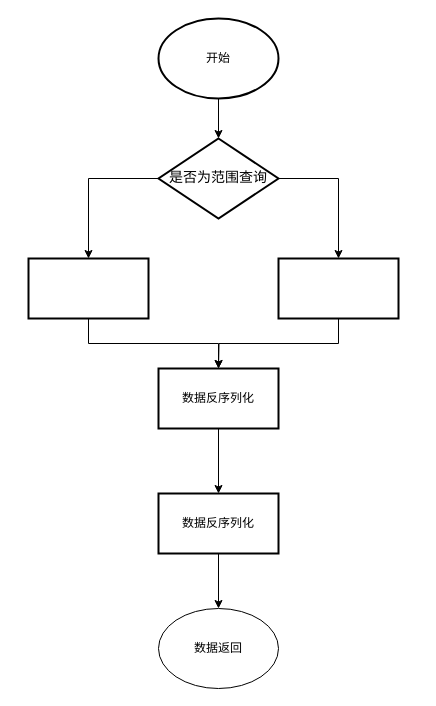
The draw.io diagram graduate/查询流程.drawio in Paulzzzhang/drawio, before the edit. Source tidied: cells renumbered, new cells numbered last; positions are measured from the earlier drawing's top-left corner, leaving out a move shared by most shapes. Both pictures are drawn from the tidied source at 100%, with x=0, y=0 at pixel (28, 18).
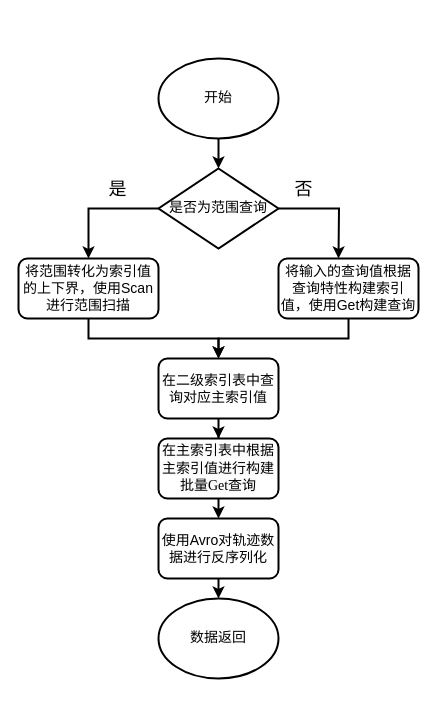
The same diagram, later.

Commit message:
更新查询流程.drawio

What changed in the source:
```diff
@@
-    <mxCell id="2" style="edgeStyle=orthogonalEdgeStyle;rounded=0;jettySize=auto;html=1;exitX=0.5;exitY=1;exitDx=0;exitDy=0;" parent="1" edge="1" source="3" target="10">
+    <mxCell id="2" style="edgeStyle=orthogonalEdgeStyle;rounded=0;jettySize=auto;html=1;exitX=0.5;exitY=1;exitDx=0;exitDy=0;fontSize=14;strokeWidth=2;" parent="1" edge="1" source="3" target="10">
       <mxGeometry relative="1" as="geometry" />
     </mxCell>
-    <mxCell id="3" value="开始" style="ellipse;whiteSpace=wrap;html=1;strokeWidth=2;fontFamily=Times New Roman;" parent="1" vertex="1">
-      <mxGeometry x="130" width="120" height="80" as="geometry" />
+    <mxCell id="3" value="开始" style="ellipse;whiteSpace=wrap;html=1;strokeWidth=2;fontFamily=Times New Roman;fontSize=14;" parent="1" vertex="1">
+      <mxGeometry x="130" y="40" width="120" height="80" as="geometry" />
     </mxCell>
-    <mxCell id="4" style="edgeStyle=orthogonalEdgeStyle;rounded=0;jettySize=auto;html=1;exitX=0.5;exitY=1;exitDx=0;exitDy=0;entryX=0.5;entryY=0;entryDx=0;entryDy=0;" parent="1" edge="1" source="5" target="15">
-      <mxGeometry relative="1" as="geometry" />
-    </mxCell>
-    <mxCell id="5" style="rounded=0;whiteSpace=wrap;html=1;strokeWidth=2;" parent="1" vertex="1">
-      <mxGeometry y="240" width="120" height="60" as="geometry" />
-    </mxCell>
-    <mxCell id="6" style="edgeStyle=orthogonalEdgeStyle;rounded=0;jettySize=auto;html=1;exitX=0.5;exitY=1;exitDx=0;exitDy=0;" parent="1" edge="1" source="7">
-      <mxGeometry relative="1" as="geometry">
-        <mxPoint x="190" y="350" as="targetPoint" />
-      </mxGeometry>
-    </mxCell>
-    <mxCell id="7" style="rounded=0;whiteSpace=wrap;html=1;strokeWidth=2;" parent="1" vertex="1">
-      <mxGeometry x="250" y="240" width="120" height="60" as="geometry" />
-    </mxCell>
-    <mxCell id="8" style="edgeStyle=orthogonalEdgeStyle;rounded=0;jettySize=auto;html=1;exitX=0;exitY=0.5;exitDx=0;exitDy=0;entryX=0.5;entryY=0;entryDx=0;entryDy=0;" parent="1" edge="1" source="10" target="5">
+    <mxCell id="8" style="edgeStyle=orthogonalEdgeStyle;rounded=0;jettySize=auto;html=1;exitX=0;exitY=0.5;exitDx=0;exitDy=0;entryX=0.5;entryY=0;entryDx=0;entryDy=0;fontSize=14;strokeWidth=2;" parent="1" edge="1" source="10" target="21">
       <mxGeometry relative="1" as="geometry" />
     </mxCell>
+    <mxCell id="16" value="是" style="edgeLabel;html=1;align=center;verticalAlign=middle;fontSize=18;" parent="8" vertex="1">
+      <mxGeometry x="-0.44" y="3" relative="1" as="geometry">
+        <mxPoint x="-8" y="-23" as="offset" />
+      </mxGeometry>
+    </mxCell>
-    <mxCell id="9" style="edgeStyle=orthogonalEdgeStyle;rounded=0;jettySize=auto;html=1;exitX=1;exitY=0.5;exitDx=0;exitDy=0;" parent="1" edge="1" source="10" target="7">
-      <mxGeometry relative="1" as="geometry" />
+    <mxCell id="9" style="edgeStyle=orthogonalEdgeStyle;rounded=0;jettySize=auto;html=1;exitX=1;exitY=0.5;exitDx=0;exitDy=0;fontSize=14;strokeWidth=2;" parent="1" edge="1" source="10">
+      <mxGeometry relative="1" as="geometry">
+        <mxPoint x="310" y="240" as="targetPoint" />
+      </mxGeometry>
     </mxCell>
+    <mxCell id="17" value="否" style="edgeLabel;html=1;align=center;verticalAlign=middle;fontSize=18;" parent="9" vertex="1">
+      <mxGeometry x="-0.57" y="2" relative="1" as="geometry">
+        <mxPoint y="-18" as="offset" />
+      </mxGeometry>
+    </mxCell>
-    <mxCell id="10" value="&lt;font style=&quot;font-size: 14px;&quot;&gt;是否为范围查询&lt;/font&gt;" style="rhombus;whiteSpace=wrap;html=1;strokeWidth=2;perimeterSpacing=0;fontFamily=Times New Roman;" parent="1" vertex="1">
-      <mxGeometry x="130" y="120" width="120" height="80" as="geometry" />
+    <mxCell id="10" value="&lt;font style=&quot;font-size: 14px;&quot;&gt;是否为范围查询&lt;/font&gt;" style="rhombus;whiteSpace=wrap;html=1;strokeWidth=2;perimeterSpacing=0;fontFamily=Times New Roman;fontSize=14;" parent="1" vertex="1">
+      <mxGeometry x="130" y="150" width="120" height="80" as="geometry" />
     </mxCell>
-    <mxCell id="11" style="edgeStyle=orthogonalEdgeStyle;rounded=0;jettySize=auto;html=1;exitX=0.5;exitY=1;exitDx=0;exitDy=0;" parent="1" edge="1" source="12" target="13">
-      <mxGeometry relative="1" as="geometry" />
-    </mxCell>
-    <mxCell id="12" value="数据反序列化" style="rounded=0;whiteSpace=wrap;html=1;strokeWidth=2;fontFamily=Times New Roman;" parent="1" vertex="1">
-      <mxGeometry x="130" y="475" width="120" height="60" as="geometry" />
-    </mxCell>
-    <mxCell id="13" value="数据返回" style="ellipse;whiteSpace=wrap;html=1;fontFamily=Times New Roman;" parent="1" vertex="1">
-      <mxGeometry x="130" y="590" width="120" height="80" as="geometry" />
+    <mxCell id="13" value="数据返回" style="ellipse;whiteSpace=wrap;html=1;fontFamily=Times New Roman;fontSize=14;strokeWidth=2;" parent="1" vertex="1">
+      <mxGeometry x="130" y="580" width="120" height="80" as="geometry" />
     </mxCell>
-    <mxCell id="14" style="edgeStyle=orthogonalEdgeStyle;rounded=0;jettySize=auto;html=1;exitX=0.5;exitY=1;exitDx=0;exitDy=0;entryX=0.5;entryY=0;entryDx=0;entryDy=0;" parent="1" edge="1" source="15" target="12">
-      <mxGeometry relative="1" as="geometry" />
-    </mxCell>
-    <mxCell id="15" value="数据反序列化" style="rounded=0;whiteSpace=wrap;html=1;strokeWidth=2;fontFamily=Times New Roman;" parent="1" vertex="1">
-      <mxGeometry x="130" y="350" width="120" height="60" as="geometry" />
-    </mxCell>
+    <mxCell id="18" style="edgeStyle=orthogonalEdgeStyle;rounded=0;jettySize=auto;html=1;exitX=0.5;exitY=1;exitDx=0;exitDy=0;entryX=0.5;entryY=0;entryDx=0;entryDy=0;fontSize=14;strokeWidth=2;" parent="1" edge="1" source="19" target="23">
+      <mxGeometry relative="1" as="geometry" />
+    </mxCell>
+    <mxCell id="19" value="将输入的查询值根据查询特性构建索引值，使用Get构建查询" style="rounded=1;whiteSpace=wrap;html=1;fontSize=14;strokeWidth=2;" parent="1" vertex="1">
+      <mxGeometry x="250" y="240" width="140" height="60" as="geometry" />
+    </mxCell>
+    <mxCell id="20" style="edgeStyle=orthogonalEdgeStyle;rounded=0;jettySize=auto;html=1;exitX=0.5;exitY=1;exitDx=0;exitDy=0;entryX=0.5;entryY=0;entryDx=0;entryDy=0;fontSize=14;strokeWidth=2;" parent="1" edge="1" source="21" target="23">
+      <mxGeometry relative="1" as="geometry" />
+    </mxCell>
+    <mxCell id="21" value="将范围转化为索引值的上下界，使用Scan进行范围扫描" style="rounded=1;whiteSpace=wrap;html=1;fontSize=14;strokeWidth=2;" parent="1" vertex="1">
+      <mxGeometry x="-10" y="240" width="140" height="60" as="geometry" />
+    </mxCell>
+    <mxCell id="22" style="edgeStyle=orthogonalEdgeStyle;rounded=0;jettySize=auto;html=1;exitX=0.5;exitY=1;exitDx=0;exitDy=0;fontSize=14;strokeWidth=2;" parent="1" edge="1" source="23" target="25">
+      <mxGeometry relative="1" as="geometry" />
+    </mxCell>
+    <mxCell id="23" value="在二级索引表中查询对应主索引值" style="rounded=1;whiteSpace=wrap;html=1;fontSize=14;strokeWidth=2;" parent="1" vertex="1">
+      <mxGeometry x="130" y="340" width="120" height="60" as="geometry" />
+    </mxCell>
+    <mxCell id="24" style="edgeStyle=orthogonalEdgeStyle;rounded=0;jettySize=auto;html=1;exitX=0.5;exitY=1;exitDx=0;exitDy=0;entryX=0.5;entryY=0;entryDx=0;entryDy=0;fontSize=14;strokeWidth=2;" parent="1" edge="1" source="25" target="27">
+      <mxGeometry relative="1" as="geometry" />
+    </mxCell>
+    <mxCell id="25" value="&lt;br style=&quot;font-size: 14px;&quot;&gt;&lt;span style=&quot;color: rgb(0, 0, 0); font-family: &amp;quot;Times New Roman&amp;quot;; font-size: 14px; font-style: normal; font-variant-ligatures: normal; font-variant-caps: normal; font-weight: 400; letter-spacing: normal; orphans: 2; text-align: center; text-indent: 0px; text-transform: none; widows: 2; word-spacing: 0px; -webkit-text-stroke-width: 0px; background-color: rgb(251, 251, 251); text-decoration-thickness: initial; text-decoration-style: initial; text-decoration-color: initial; float: none; display: inline !important;&quot;&gt;在主索引表中根据主索引值进行构建批量Get查询&lt;/span&gt;&lt;div style=&quot;font-size: 14px;&quot;&gt;&lt;br style=&quot;font-size: 14px;&quot;&gt;&lt;/div&gt;" style="rounded=1;whiteSpace=wrap;html=1;fontSize=14;strokeWidth=2;" parent="1" vertex="1">
+      <mxGeometry x="130" y="420" width="120" height="60" as="geometry" />
+    </mxCell>
+    <mxCell id="26" style="edgeStyle=orthogonalEdgeStyle;rounded=0;jettySize=auto;html=1;exitX=0.5;exitY=1;exitDx=0;exitDy=0;entryX=0.5;entryY=0;entryDx=0;entryDy=0;fontSize=14;strokeWidth=2;" parent="1" edge="1" source="27" target="13">
+      <mxGeometry relative="1" as="geometry" />
+    </mxCell>
+    <mxCell id="27" value="使用Avro对轨迹数据进行反序列化" style="rounded=1;whiteSpace=wrap;html=1;fontSize=14;strokeWidth=2;" parent="1" vertex="1">
+      <mxGeometry x="130" y="500" width="120" height="60" as="geometry" />
+    </mxCell>
```
